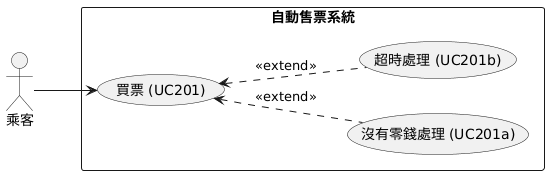
nlhsueh/teach_sw_fw keeps this PlantUML diagram as Part2_Model/img/use_case_ticket.png. Above is the earlier version. The source it was exported from:
```plantuml
@startuml
left to right direction
skinparam packageStyle rectangle

actor "乘客" as P

rectangle "自動售票系統" {
    usecase "買票 (UC201)" as UC1
    usecase "沒有零錢處理 (UC201a)" as UC2
    usecase "超時處理 (UC201b)" as UC3
}

P --> UC1
UC1 <.. UC2 : <<extend>>
UC1 <.. UC3 : <<extend>>
@enduml
```
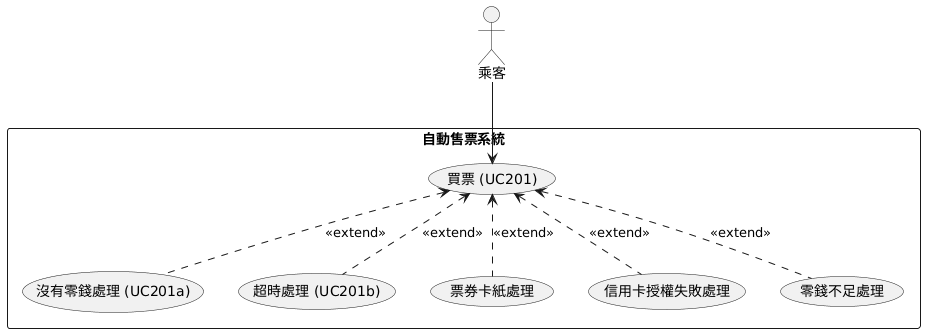
After the change.

Commit message:
Update diagrams and restore missing section 5.2.4

Change to the diagram source:
```diff
@@ -1,16 +1,18 @@
 @startuml
-left to right direction
 skinparam packageStyle rectangle
-
 actor "乘客" as P
-
 rectangle "自動售票系統" {
     usecase "買票 (UC201)" as UC1
     usecase "沒有零錢處理 (UC201a)" as UC2
     usecase "超時處理 (UC201b)" as UC3
+    usecase "票券卡紙處理" as UC4
+    usecase "信用卡授權失敗處理" as UC5
+    usecase "零錢不足處理" as UC6
 }
-
 P --> UC1
 UC1 <.. UC2 : <<extend>>
 UC1 <.. UC3 : <<extend>>
+UC1 <.. UC4 : <<extend>>
+UC1 <.. UC5 : <<extend>>
+UC1 <.. UC6 : <<extend>>
 @enduml
```
